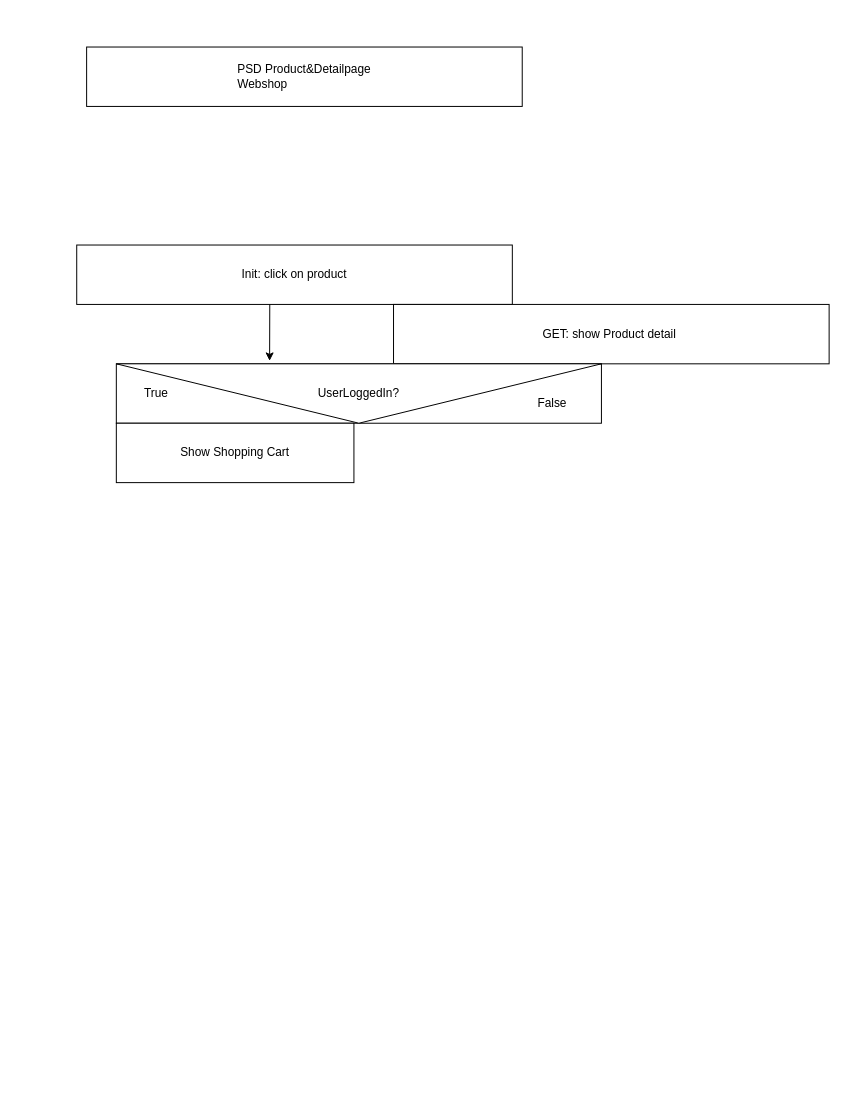
Above: Diagrams/PSD webshop.drawio in koenti91/educom-webshop-database (draw.io), before the change. Source tidied: cells renumbered, new cells numbered last; positions are measured from the earlier drawing's top-left corner, leaving out a move shared by most shapes. Both pictures are drawn from the tidied source at 99%, with x=0, y=0 at pixel (76, 47).
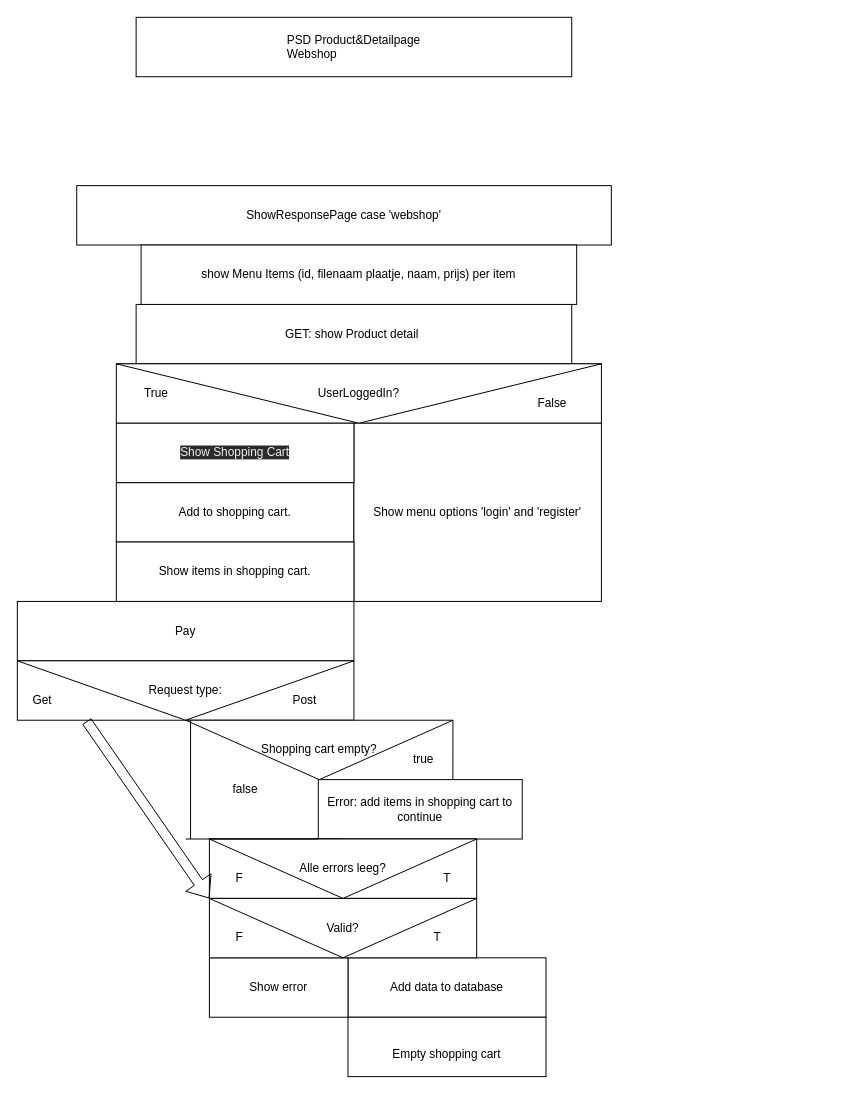
The same page after the edit.

Commit message (it also covers changes not shown here):
02-A: Opdracht 3.2: Ontwerp webshop & nieuw Entity Relation Diagram (ERD) #3

The change refers to these unchanged cells:
```xml
<mxCell id="5" style="rounded=0;whiteSpace=wrap;html=1;" parent="1" vertex="1">
  <mxGeometry x="40" y="320" width="490" height="60" as="geometry" />
</mxCell>
```

What changed in the source:
```diff
@@
     <mxCell id="2" value="PSD Product&amp;amp;Detailpage&lt;br&gt;&lt;div style=&quot;text-align: justify&quot;&gt;&lt;span&gt;Webshop&lt;/span&gt;&lt;/div&gt;" style="rounded=0;whiteSpace=wrap;html=1;" parent="1" vertex="1">
-      <mxGeometry x="10" width="440" height="60" as="geometry" />
+      <mxGeometry x="60" y="-30" width="440" height="60" as="geometry" />
     </mxCell>
-    <mxCell id="3" value="Init: click on product" style="rounded=0;whiteSpace=wrap;html=1;" parent="1" vertex="1">
-      <mxGeometry y="200" width="440" height="60" as="geometry" />
-    </mxCell>
     <mxCell id="4" value="GET: show Product detail&amp;nbsp;" style="rounded=0;whiteSpace=wrap;html=1;" parent="1" vertex="1">
-      <mxGeometry x="320" y="260" width="440" height="60" as="geometry" />
+      <mxGeometry x="60" y="260" width="440" height="60" as="geometry" />
     </mxCell>
@@
-    <mxCell id="6" style="endArrow=classic;html=1;entryX=0.316;entryY=-0.05;entryDx=0;entryDy=0;entryPerimeter=0;" parent="1" edge="1" target="5">
-      <mxGeometry relative="1" as="geometry">
-        <mxPoint x="195" y="260" as="sourcePoint" />
-      </mxGeometry>
-    </mxCell>
@@
-    <mxCell id="10" value="Show Shopping Cart" style="rounded=0;whiteSpace=wrap;html=1;" parent="1" vertex="1">
-      <mxGeometry x="40" y="380" width="240" height="60" as="geometry" />
+    <mxCell id="10" value="Add to shopping cart." style="rounded=0;whiteSpace=wrap;html=1;" parent="1" vertex="1">
+      <mxGeometry x="40" y="440" width="240" height="60" as="geometry" />
     </mxCell>
+    <mxCell id="11" value="Show menu options 'login' and 'register'" style="rounded=0;whiteSpace=wrap;html=1;" parent="1" vertex="1">
+      <mxGeometry x="280" y="380" width="250" height="180" as="geometry" />
+    </mxCell>
+    <mxCell id="12" value="ShowResponsePage case 'webshop'" style="rounded=0;whiteSpace=wrap;html=1;" parent="1" vertex="1">
+      <mxGeometry y="140" width="540" height="60" as="geometry" />
+    </mxCell>
+    <mxCell id="13" value="Pay" style="rounded=0;whiteSpace=wrap;html=1;" parent="1" vertex="1">
+      <mxGeometry x="-60" y="560" width="340" height="60" as="geometry" />
+    </mxCell>
+    <mxCell id="14" value="show Menu Items (id, filenaam plaatje, naam, prijs) per item" style="rounded=0;whiteSpace=wrap;html=1;" parent="1" vertex="1">
+      <mxGeometry x="65" y="200" width="440" height="60" as="geometry" />
+    </mxCell>
+    <mxCell id="15" value="&lt;span style=&quot;color: rgb(240, 240, 240); font-family: helvetica; font-size: 12px; font-style: normal; font-weight: 400; letter-spacing: normal; text-align: center; text-indent: 0px; text-transform: none; word-spacing: 0px; background-color: rgb(42, 42, 42); display: inline; float: none;&quot;&gt;Show Shopping Cart&lt;/span&gt;" style="rounded=0;whiteSpace=wrap;html=1;" parent="1" vertex="1">
+      <mxGeometry x="40" y="380" width="240" height="60" as="geometry" />
+    </mxCell>
+    <mxCell id="16" value="Show items in shopping cart." style="rounded=0;whiteSpace=wrap;html=1;" parent="1" vertex="1">
+      <mxGeometry x="40" y="500" width="240" height="60" as="geometry" />
+    </mxCell>
+    <mxCell id="17" style="rounded=0;whiteSpace=wrap;html=1;" parent="1" vertex="1">
+      <mxGeometry x="-60" y="620" width="340" height="60" as="geometry" />
+    </mxCell>
+    <mxCell id="18" value="Request type:" style="triangle;whiteSpace=wrap;html=1;direction=south;" parent="1" vertex="1">
+      <mxGeometry x="-60" y="620" width="340" height="60" as="geometry" />
+    </mxCell>
+    <mxCell id="19" value="Get&lt;br&gt;" style="text;html=1;align=center;verticalAlign=middle;strokeColor=none;fillColor=none;" parent="1" vertex="1">
+      <mxGeometry x="-50" y="650" width="30" height="20" as="geometry" />
+    </mxCell>
+    <mxCell id="20" value="Post" style="text;html=1;align=center;verticalAlign=middle;strokeColor=none;fillColor=none;" parent="1" vertex="1">
+      <mxGeometry x="210" y="650" width="40" height="20" as="geometry" />
+    </mxCell>
+    <mxCell id="21" value="Shopping cart empty?" style="triangle;whiteSpace=wrap;html=1;direction=south;" parent="1" vertex="1">
+      <mxGeometry x="110" y="680" width="270" height="60" as="geometry" />
+    </mxCell>
+    <mxCell id="22" value="false" style="text;html=1;align=center;verticalAlign=middle;strokeColor=none;fillColor=none;" parent="1" vertex="1">
+      <mxGeometry x="150" y="740" width="40" height="20" as="geometry" />
+    </mxCell>
+    <mxCell id="23" value="true" style="text;html=1;align=center;verticalAlign=middle;strokeColor=none;fillColor=none;" parent="1" vertex="1">
+      <mxGeometry x="330" y="710" width="40" height="20" as="geometry" />
+    </mxCell>
+    <mxCell id="24" value="Error: add items in shopping cart to continue" style="rounded=0;whiteSpace=wrap;html=1;" parent="1" vertex="1">
+      <mxGeometry x="244" y="740" width="206" height="60" as="geometry" />
+    </mxCell>
+    <mxCell id="25" style="endArrow=none;html=1;entryX=0;entryY=0;entryDx=0;entryDy=0;entryPerimeter=0;exitX=0.66;exitY=0;exitDx=0;exitDy=0;exitPerimeter=0;" parent="1" edge="1" source="24" target="21">
+      <mxGeometry relative="1" as="geometry" />
+    </mxCell>
+    <mxCell id="26" style="endArrow=none;html=1;" parent="1" edge="1">
+      <mxGeometry relative="1" as="geometry">
+        <mxPoint x="115" y="800" as="sourcePoint" />
+        <mxPoint x="115" y="680" as="targetPoint" />
+      </mxGeometry>
+    </mxCell>
+    <mxCell id="27" style="endArrow=none;html=1;entryX=0;entryY=1;entryDx=0;entryDy=0;" parent="1" edge="1">
+      <mxGeometry relative="1" as="geometry">
+        <mxPoint x="134" y="800" as="sourcePoint" />
+        <mxPoint x="268" y="800" as="targetPoint" />
+      </mxGeometry>
+    </mxCell>
+    <mxCell id="28" style="rounded=0;whiteSpace=wrap;html=1;" parent="1" vertex="1">
+      <mxGeometry x="134" y="800" width="270" height="60" as="geometry" />
+    </mxCell>
+    <mxCell id="29" value="Alle errors leeg?" style="triangle;whiteSpace=wrap;html=1;direction=south;" parent="1" vertex="1">
+      <mxGeometry x="134" y="800" width="270" height="60" as="geometry" />
+    </mxCell>
+    <mxCell id="30" value="F" style="text;html=1;align=center;verticalAlign=middle;strokeColor=none;fillColor=none;" parent="1" vertex="1">
+      <mxGeometry x="154" y="830" width="20" height="20" as="geometry" />
+    </mxCell>
+    <mxCell id="31" value="T" style="text;html=1;align=center;verticalAlign=middle;strokeColor=none;fillColor=none;" parent="1" vertex="1">
+      <mxGeometry x="364" y="830" width="20" height="20" as="geometry" />
+    </mxCell>
+    <mxCell id="32" value="Add data to database" style="rounded=0;whiteSpace=wrap;html=1;" parent="1" vertex="1">
+      <mxGeometry x="274" y="920" width="200" height="60" as="geometry" />
+    </mxCell>
+    <mxCell id="33" value="&lt;br&gt;Empty shopping cart" style="rounded=0;whiteSpace=wrap;html=1;" parent="1" vertex="1">
+      <mxGeometry x="274" y="980" width="200" height="60" as="geometry" />
+    </mxCell>
+    <mxCell id="34" value="Show error" style="rounded=0;whiteSpace=wrap;html=1;" parent="1" vertex="1">
+      <mxGeometry x="134" y="920" width="140" height="60" as="geometry" />
+    </mxCell>
+    <mxCell id="35" style="rounded=0;whiteSpace=wrap;html=1;" parent="1" vertex="1">
+      <mxGeometry x="134" y="860" width="270" height="60" as="geometry" />
+    </mxCell>
+    <mxCell id="36" value="Valid?" style="triangle;whiteSpace=wrap;html=1;direction=south;" parent="1" vertex="1">
+      <mxGeometry x="134" y="860" width="270" height="60" as="geometry" />
+    </mxCell>
+    <mxCell id="37" value="T" style="text;html=1;align=center;verticalAlign=middle;strokeColor=none;fillColor=none;" parent="1" vertex="1">
+      <mxGeometry x="354" y="890" width="20" height="20" as="geometry" />
+    </mxCell>
+    <mxCell id="38" value="F" style="text;html=1;align=center;verticalAlign=middle;strokeColor=none;fillColor=none;" parent="1" vertex="1">
+      <mxGeometry x="154" y="890" width="20" height="20" as="geometry" />
+    </mxCell>
+    <mxCell id="39" style="shape=flexArrow;endArrow=classic;html=1;exitX=0.206;exitY=1.017;exitDx=0;exitDy=0;exitPerimeter=0;entryX=0;entryY=1;entryDx=0;entryDy=0;" parent="1" edge="1" source="17" target="28">
+      <mxGeometry relative="1" as="geometry" />
+    </mxCell>
+    <mxCell id="40" style="endArrow=none;html=1;entryX=0;entryY=1;entryDx=0;entryDy=0;" parent="1" edge="1" target="24">
+      <mxGeometry relative="1" as="geometry">
+        <mxPoint x="110" y="800" as="sourcePoint" />
+      </mxGeometry>
+    </mxCell>
+    <mxCell id="41" style="rounded=0;whiteSpace=wrap;html=1;" parent="1" vertex="1">
+      <mxGeometry x="110" y="800" height="60" as="geometry" />
+    </mxCell>
```
